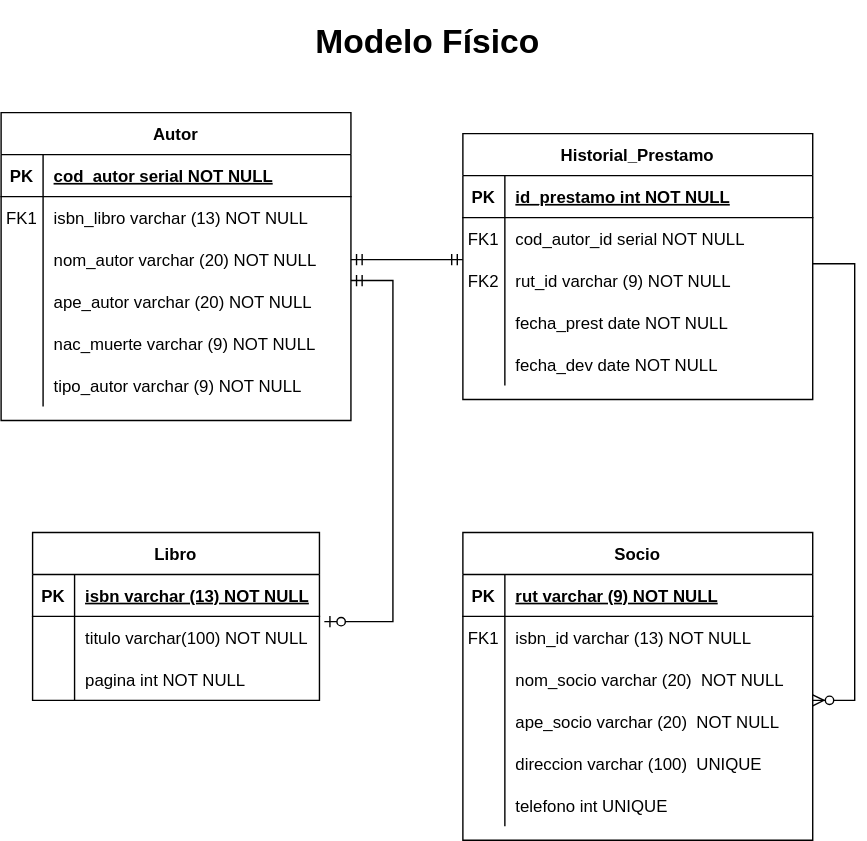
The draw.io diagram Modelo fisico.drawio.svg in FranSantander/-Biblioteca, before a commit. Source tidied: cells renumbered, new cells last; positions are measured from the earlier drawing's top-left corner, leaving out a move shared by most shapes.
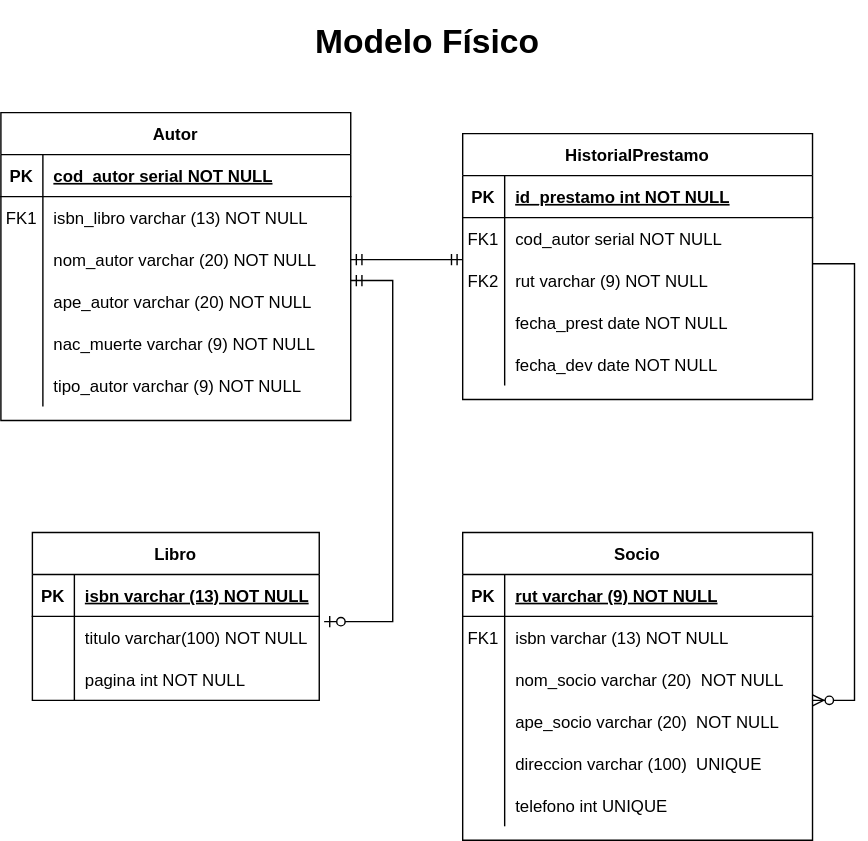
After the change.

What changed in the source:
```diff
@@ -8,7 +8,7 @@
         <mxPoint x="330" y="175" as="targetPoint" />
       </mxGeometry>
     </mxCell>
-    <mxCell id="3" value="Historial_Prestamo" style="shape=table;startSize=30;rowLines=0;fontStyle=1;align=center;" parent="1" vertex="1">
+    <mxCell id="3" value="HistorialPrestamo" style="shape=table;startSize=30;rowLines=0;fontStyle=1;align=center;" parent="1" vertex="1">
       <mxGeometry x="330" y="85" width="250" height="190" as="geometry" />
     </mxCell>
     <mxCell id="4" style="shape=partialRectangle;fillColor=none;top=0;left=0;right=0;bottom=1;" parent="3" vertex="1">
@@ -26,7 +26,7 @@
     <mxCell id="8" value="FK1" style="shape=partialRectangle;overflow=hidden;fillColor=none;top=0;left=0;bottom=0;right=0;" parent="7" vertex="1">
       <mxGeometry width="30" height="30" as="geometry" />
     </mxCell>
-    <mxCell id="9" value="cod_autor_id serial NOT NULL" style="shape=partialRectangle;overflow=hidden;fillColor=none;top=0;left=0;bottom=0;right=0;align=left;spacingLeft=6;fontStyle=0;" parent="7" vertex="1">
+    <mxCell id="9" value="cod_autor serial NOT NULL" style="shape=partialRectangle;overflow=hidden;fillColor=none;top=0;left=0;bottom=0;right=0;align=left;spacingLeft=6;fontStyle=0;" parent="7" vertex="1">
       <mxGeometry x="30" width="220" height="30" as="geometry" />
     </mxCell>
     <mxCell id="10" style="shape=partialRectangle;fillColor=none;points=[[0,0.5],[1,0.5]];portConstraint=eastwest;top=0;left=0;right=0;bottom=0;" parent="3" vertex="1">
@@ -35,7 +35,7 @@
     <mxCell id="11" value="FK2" style="shape=partialRectangle;overflow=hidden;fillColor=none;top=0;left=0;bottom=0;right=0;" parent="10" vertex="1">
       <mxGeometry width="30" height="30" as="geometry" />
     </mxCell>
-    <mxCell id="12" value="rut_id varchar (9) NOT NULL" style="shape=partialRectangle;overflow=hidden;fillColor=none;top=0;left=0;bottom=0;right=0;align=left;spacingLeft=6;" parent="10" vertex="1">
+    <mxCell id="12" value="rut varchar (9) NOT NULL" style="shape=partialRectangle;overflow=hidden;fillColor=none;top=0;left=0;bottom=0;right=0;align=left;spacingLeft=6;" parent="10" vertex="1">
       <mxGeometry x="30" width="220" height="30" as="geometry" />
     </mxCell>
     <mxCell id="13" style="shape=partialRectangle;fillColor=none;top=0;left=0;right=0;bottom=0;" parent="3" vertex="1">
@@ -74,7 +74,7 @@
     <mxCell id="24" value="FK1" style="shape=partialRectangle;overflow=hidden;fillColor=none;top=0;left=0;bottom=0;right=0;" parent="23" vertex="1">
       <mxGeometry width="30" height="30" as="geometry" />
     </mxCell>
-    <mxCell id="25" value="isbn_id varchar (13) NOT NULL" style="shape=partialRectangle;overflow=hidden;fillColor=none;top=0;left=0;bottom=0;right=0;align=left;spacingLeft=6;" parent="23" vertex="1">
+    <mxCell id="25" value="isbn varchar (13) NOT NULL" style="shape=partialRectangle;overflow=hidden;fillColor=none;top=0;left=0;bottom=0;right=0;align=left;spacingLeft=6;" parent="23" vertex="1">
       <mxGeometry x="30" width="220" height="30" as="geometry" />
     </mxCell>
     <mxCell id="26" style="shape=partialRectangle;fillColor=none;top=0;left=0;right=0;bottom=0;" parent="19" vertex="1">
```
